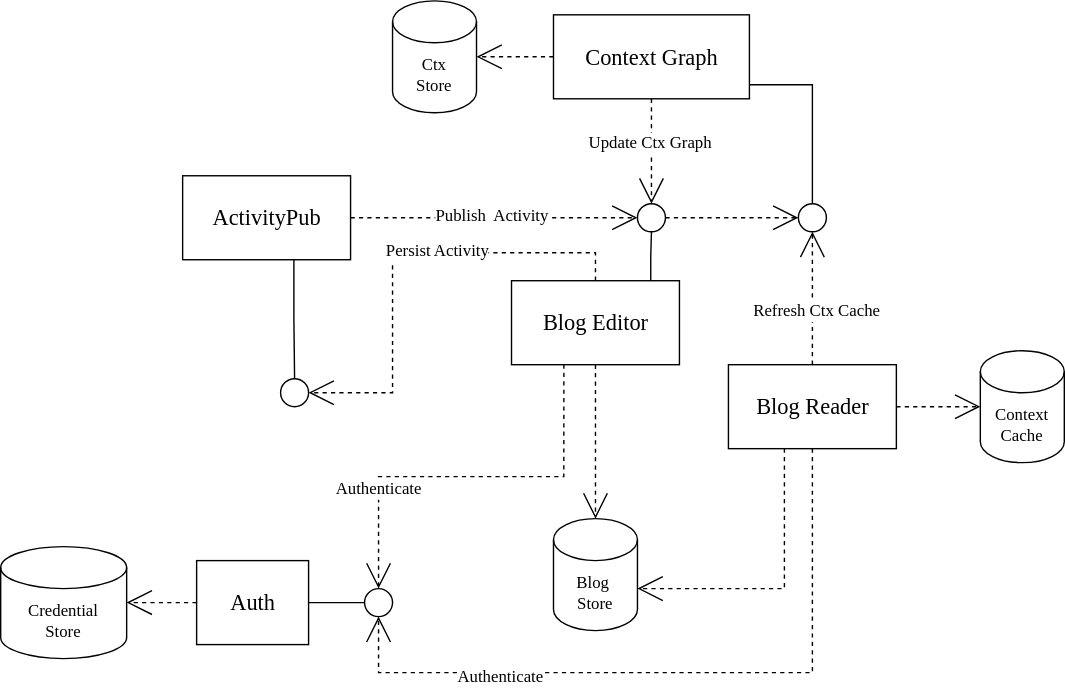
Earlier version of the draw.io export docs/components.drawio.svg (alter-kaker/pepper-docs). Source tidied: cells renumbered, new cells last; positions are measured from the earlier drawing's top-left corner, leaving out a move shared by most shapes.
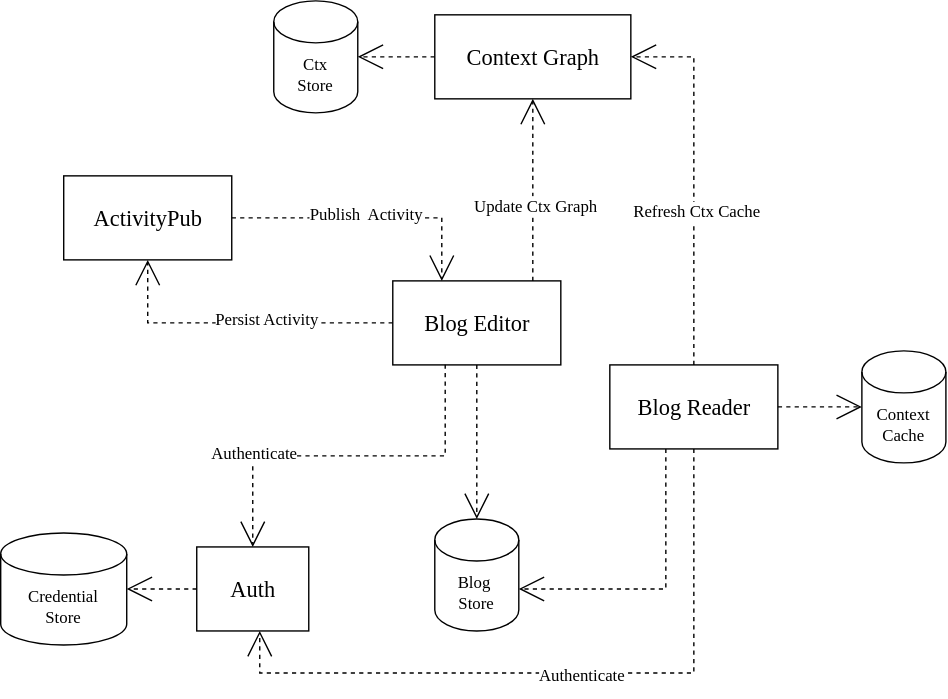
After the commit.

Change to the diagram source:
```diff
@@ -2,8 +2,12 @@
   <root>
     <mxCell id="0" />
     <mxCell id="1" parent="0" />
-    <mxCell id="2" style="edgeStyle=orthogonalEdgeStyle;shape=connector;rounded=0;jettySize=auto;html=1;dashed=1;labelBackgroundColor=none;strokeColor=default;align=center;verticalAlign=middle;fontFamily=Verdana;fontSize=12;fontColor=default;startArrow=none;startFill=0;endArrow=open;endFill=0;startSize=8;endSize=16;" parent="1" edge="1" source="7" target="16">
-      <mxGeometry relative="1" as="geometry" />
+    <mxCell id="2" style="edgeStyle=orthogonalEdgeStyle;shape=connector;rounded=0;jettySize=auto;html=1;dashed=1;labelBackgroundColor=none;strokeColor=default;align=center;verticalAlign=middle;fontFamily=Verdana;fontSize=12;fontColor=default;startArrow=none;startFill=0;endArrow=open;endFill=0;startSize=8;endSize=16;" parent="1" edge="1" source="7" target="14">
+      <mxGeometry relative="1" as="geometry">
+        <Array as="points">
+          <mxPoint x="400" y="155" />
+        </Array>
+      </mxGeometry>
     </mxCell>
     <mxCell id="3" value="Publish&amp;nbsp; Activity" style="edgeLabel;html=1;align=center;verticalAlign=middle;fontSize=12;fontFamily=Verdana;fontColor=default;" parent="2" vertex="1">
       <mxGeometry x="-0.02" y="2" relative="1" as="geometry" />
@@ -14,25 +18,19 @@
     <mxCell id="5" value="Context Graph" style="shape=object;align=center;spacingLeft=0;rounded=0;shadow=0;comic=0;labelBackgroundColor=none;strokeWidth=1;fontFamily=Verdana;fontSize=16;html=1;fontStyle=0;" parent="1" vertex="1">
       <mxGeometry x="395" y="10" width="140" height="60" as="geometry" />
     </mxCell>
-    <mxCell id="6" style="ellipse;whiteSpace=wrap;html=1;rounded=0;shadow=0;comic=0;labelBackgroundColor=none;strokeWidth=1;fontFamily=Verdana;fontSize=12;align=center;" parent="1" vertex="1">
-      <mxGeometry x="570" y="145" width="20" height="20" as="geometry" />
-    </mxCell>
     <mxCell id="7" value="ActivityPub" style="shape=object;align=center;spacingLeft=0;rounded=0;shadow=0;comic=0;labelBackgroundColor=none;strokeWidth=1;fontFamily=Verdana;fontSize=16;html=1;fontStyle=0;" parent="1" vertex="1">
       <mxGeometry x="130" y="125" width="120" height="60" as="geometry" />
     </mxCell>
-    <mxCell id="8" style="edgeStyle=none;rounded=0;html=1;dashed=1;labelBackgroundColor=none;startArrow=none;startFill=0;startSize=8;endArrow=open;endFill=0;endSize=16;fontFamily=Verdana;fontSize=12;" parent="1" edge="1" source="4" target="6">
-      <mxGeometry relative="1" as="geometry" />
+    <mxCell id="8" style="edgeStyle=orthogonalEdgeStyle;rounded=0;html=1;dashed=1;labelBackgroundColor=none;startArrow=none;startFill=0;startSize=8;endArrow=open;endFill=0;endSize=16;fontFamily=Verdana;fontSize=12;" parent="1" edge="1" source="4" target="5">
+      <mxGeometry relative="1" as="geometry">
+        <Array as="points">
+          <mxPoint x="580" y="40" />
+        </Array>
+      </mxGeometry>
     </mxCell>
     <mxCell id="9" value="Refresh Ctx Cache" style="edgeLabel;html=1;align=center;verticalAlign=middle;fontSize=12;fontFamily=Verdana;fontColor=default;" parent="8" vertex="1">
       <mxGeometry x="-0.17" y="-2" relative="1" as="geometry" />
     </mxCell>
-    <mxCell id="10" style="edgeStyle=elbowEdgeStyle;rounded=0;html=1;labelBackgroundColor=none;startArrow=none;startFill=0;startSize=8;endArrow=none;endFill=0;endSize=16;fontFamily=Verdana;fontSize=12;" parent="1" edge="1" source="6" target="5">
-      <mxGeometry relative="1" as="geometry">
-        <Array as="points">
-          <mxPoint x="580" y="60" />
-        </Array>
-      </mxGeometry>
-    </mxCell>
     <mxCell id="11" style="rounded=0;html=1;labelBackgroundColor=none;startArrow=none;startFill=0;startSize=8;endArrow=open;endFill=0;endSize=16;fontFamily=Verdana;fontSize=12;dashed=1;edgeStyle=orthogonalEdgeStyle;" parent="1" edge="1" source="4" target="32">
       <mxGeometry relative="1" as="geometry">
         <Array as="points">
@@ -49,40 +47,24 @@
     <mxCell id="14" value="&lt;div style=&quot;font-size: 16px;&quot;&gt;Blog Editor&lt;/div&gt;" style="shape=object;align=center;spacingLeft=0;rounded=0;shadow=0;comic=0;labelBackgroundColor=none;strokeWidth=1;fontFamily=Verdana;fontSize=16;html=1;fontStyle=0;" parent="1" vertex="1">
       <mxGeometry x="365" y="200" width="120" height="60" as="geometry" />
     </mxCell>
-    <mxCell id="15" style="edgeStyle=none;shape=connector;rounded=0;jettySize=auto;html=1;dashed=1;labelBackgroundColor=none;strokeColor=default;align=center;verticalAlign=middle;fontFamily=Verdana;fontSize=12;fontColor=default;startArrow=none;startFill=0;endArrow=open;endFill=0;startSize=8;endSize=16;" parent="1" edge="1" source="16" target="6">
-      <mxGeometry relative="1" as="geometry" />
-    </mxCell>
-    <mxCell id="16" style="ellipse;whiteSpace=wrap;html=1;rounded=0;shadow=0;comic=0;labelBackgroundColor=none;strokeWidth=1;fontFamily=Verdana;fontSize=12;align=center;" parent="1" vertex="1">
-      <mxGeometry x="455" y="145" width="20" height="20" as="geometry" />
-    </mxCell>
-    <mxCell id="17" style="edgeStyle=elbowEdgeStyle;rounded=0;html=1;labelBackgroundColor=none;startArrow=none;startFill=0;startSize=8;endArrow=none;endFill=0;endSize=16;fontFamily=Verdana;fontSize=12;" parent="1" edge="1" source="16" target="14">
-      <mxGeometry relative="1" as="geometry" />
-    </mxCell>
-    <mxCell id="18" style="edgeStyle=none;rounded=0;html=1;dashed=1;labelBackgroundColor=none;startArrow=none;startFill=0;startSize=8;endArrow=open;endFill=0;endSize=16;fontFamily=Verdana;fontSize=12;" parent="1" edge="1" source="5" target="16">
-      <mxGeometry relative="1" as="geometry" />
+    <mxCell id="18" style="edgeStyle=orthogonalEdgeStyle;rounded=0;html=1;dashed=1;labelBackgroundColor=none;startArrow=none;startFill=0;startSize=8;endArrow=open;endFill=0;endSize=16;fontFamily=Verdana;fontSize=12;" parent="1" edge="1" source="14" target="5">
+      <mxGeometry relative="1" as="geometry">
+        <Array as="points">
+          <mxPoint x="465" y="160" />
+          <mxPoint x="465" y="160" />
+        </Array>
+      </mxGeometry>
     </mxCell>
     <mxCell id="19" value="Update Ctx Graph" style="edgeLabel;html=1;align=center;verticalAlign=middle;fontSize=12;fontFamily=Verdana;fontColor=default;" parent="18" vertex="1">
       <mxGeometry x="-0.17" y="-2" relative="1" as="geometry" />
     </mxCell>
-    <mxCell id="20" style="ellipse;whiteSpace=wrap;html=1;rounded=0;shadow=0;comic=0;labelBackgroundColor=none;strokeWidth=1;fontFamily=Verdana;fontSize=12;align=center;" parent="1" vertex="1">
-      <mxGeometry x="200" y="270" width="20" height="20" as="geometry" />
-    </mxCell>
-    <mxCell id="21" style="edgeStyle=elbowEdgeStyle;rounded=0;html=1;labelBackgroundColor=none;startArrow=none;startFill=0;startSize=8;endArrow=none;endFill=0;endSize=16;fontFamily=Verdana;fontSize=12;" parent="1" edge="1" source="20" target="7">
-      <mxGeometry relative="1" as="geometry" />
-    </mxCell>
-    <mxCell id="22" style="edgeStyle=orthogonalEdgeStyle;rounded=0;html=1;dashed=1;labelBackgroundColor=none;startArrow=none;startFill=0;startSize=8;endArrow=open;endFill=0;endSize=16;fontFamily=Verdana;fontSize=12;" parent="1" edge="1" source="14" target="20">
-      <mxGeometry relative="1" as="geometry">
-        <Array as="points">
-          <mxPoint x="425" y="180" />
-          <mxPoint x="280" y="180" />
-          <mxPoint x="280" y="280" />
-        </Array>
-      </mxGeometry>
+    <mxCell id="22" style="edgeStyle=orthogonalEdgeStyle;rounded=0;html=1;dashed=1;labelBackgroundColor=none;startArrow=none;startFill=0;startSize=8;endArrow=open;endFill=0;endSize=16;fontFamily=Verdana;fontSize=12;" parent="1" edge="1" source="14" target="7">
+      <mxGeometry relative="1" as="geometry" />
     </mxCell>
     <mxCell id="23" value="Persist Activity" style="edgeLabel;html=1;align=center;verticalAlign=middle;fontSize=12;fontFamily=Verdana;fontColor=default;" parent="22" vertex="1">
       <mxGeometry x="-0.17" y="-2" relative="1" as="geometry" />
     </mxCell>
-    <mxCell id="24" style="rounded=0;html=1;labelBackgroundColor=none;startArrow=none;startFill=0;startSize=8;endArrow=open;endFill=0;endSize=16;fontFamily=Verdana;fontSize=12;dashed=1;edgeStyle=orthogonalEdgeStyle;" parent="1" edge="1" source="4" target="29">
+    <mxCell id="24" style="rounded=0;html=1;labelBackgroundColor=none;startArrow=none;startFill=0;startSize=8;endArrow=open;endFill=0;endSize=16;fontFamily=Verdana;fontSize=12;dashed=1;edgeStyle=orthogonalEdgeStyle;" parent="1" edge="1" source="4" target="28">
       <mxGeometry relative="1" as="geometry">
         <Array as="points">
           <mxPoint x="580" y="480" />
@@ -91,25 +73,21 @@
       </mxGeometry>
     </mxCell>
     <mxCell id="25" value="Authenticate" style="edgeLabel;html=1;align=center;verticalAlign=middle;fontSize=12;fontFamily=Verdana;fontColor=default;" parent="24" vertex="1">
-      <mxGeometry x="0.5" y="2" relative="1" as="geometry" />
+      <mxGeometry x="0.5" y="2" relative="1" as="geometry">
+        <mxPoint x="135" as="offset" />
+      </mxGeometry>
     </mxCell>
-    <mxCell id="26" style="rounded=0;html=1;labelBackgroundColor=none;startArrow=none;startFill=0;startSize=8;endArrow=open;endFill=0;endSize=16;fontFamily=Verdana;fontSize=12;dashed=1;edgeStyle=orthogonalEdgeStyle;exitX=0.312;exitY=0.997;exitDx=0;exitDy=0;exitPerimeter=0;" parent="1" edge="1" source="14" target="29">
+    <mxCell id="26" style="rounded=0;html=1;labelBackgroundColor=none;startArrow=none;startFill=0;startSize=8;endArrow=open;endFill=0;endSize=16;fontFamily=Verdana;fontSize=12;dashed=1;edgeStyle=orthogonalEdgeStyle;exitX=0.312;exitY=0.997;exitDx=0;exitDy=0;exitPerimeter=0;" parent="1" edge="1" source="14" target="28">
       <mxGeometry relative="1" as="geometry" />
     </mxCell>
     <mxCell id="27" value="Authenticate" style="edgeLabel;html=1;align=center;verticalAlign=middle;fontSize=12;fontFamily=Verdana;fontColor=default;" parent="26" vertex="1">
       <mxGeometry x="0.51" y="-1" relative="1" as="geometry" />
     </mxCell>
     <mxCell id="28" value="Auth" style="shape=object;align=center;spacingLeft=0;rounded=0;shadow=0;comic=0;labelBackgroundColor=none;strokeWidth=1;fontFamily=Verdana;fontSize=16;html=1;fontStyle=0;" parent="1" vertex="1">
-      <mxGeometry x="140" y="400" width="80" height="60" as="geometry" />
+      <mxGeometry x="225" y="390" width="80" height="60" as="geometry" />
     </mxCell>
-    <mxCell id="29" style="ellipse;whiteSpace=wrap;html=1;rounded=0;shadow=0;comic=0;labelBackgroundColor=none;strokeWidth=1;fontFamily=Verdana;fontSize=12;align=center;" parent="1" vertex="1">
-      <mxGeometry x="260" y="420" width="20" height="20" as="geometry" />
-    </mxCell>
-    <mxCell id="30" style="edgeStyle=elbowEdgeStyle;rounded=0;html=1;labelBackgroundColor=none;startArrow=none;startFill=0;startSize=8;endArrow=none;endFill=0;endSize=16;fontFamily=Verdana;fontSize=12;" parent="1" edge="1" source="29" target="28">
-      <mxGeometry relative="1" as="geometry" />
-    </mxCell>
     <mxCell id="31" value="&lt;div&gt;Credential&lt;/div&gt;&lt;div&gt;Store&lt;br&gt;&lt;/div&gt;" style="shape=cylinder3;whiteSpace=wrap;html=1;boundedLbl=1;backgroundOutline=1;size=15;fontFamily=Verdana;fontSize=12;fontColor=default;" parent="1" vertex="1">
-      <mxGeometry y="390" width="90" height="80" as="geometry" />
+      <mxGeometry x="85" y="380" width="90" height="80" as="geometry" />
     </mxCell>
     <mxCell id="32" value="&lt;div&gt;Blog&amp;nbsp;&lt;/div&gt;&lt;div&gt;Store&lt;/div&gt;" style="shape=cylinder3;whiteSpace=wrap;html=1;boundedLbl=1;backgroundOutline=1;size=15;fontFamily=Verdana;fontSize=12;fontColor=default;" parent="1" vertex="1">
       <mxGeometry x="395" y="370" width="60" height="80" as="geometry" />
```
